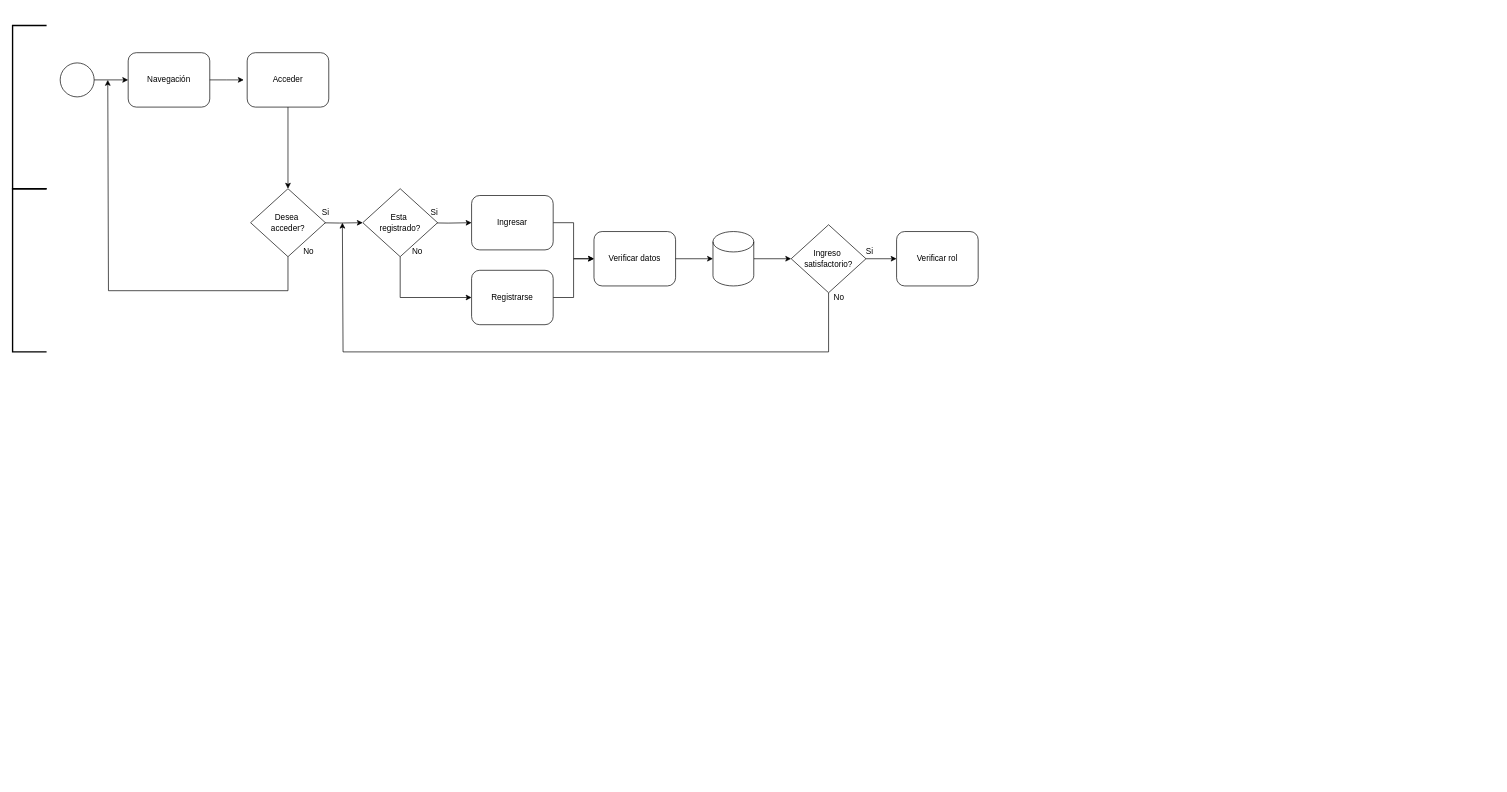
Before: uploads/Diagrama sin título.drawio in Mogom/Imagenes_PetsHeaven, a draw.io diagram. Source tidied: cells renumbered, new cells numbered last; positions are measured from the earlier drawing's top-left corner, leaving out a move shared by most shapes. Both pictures are drawn from the tidied source at 68%, with x=0, y=0 at pixel (12, 25).
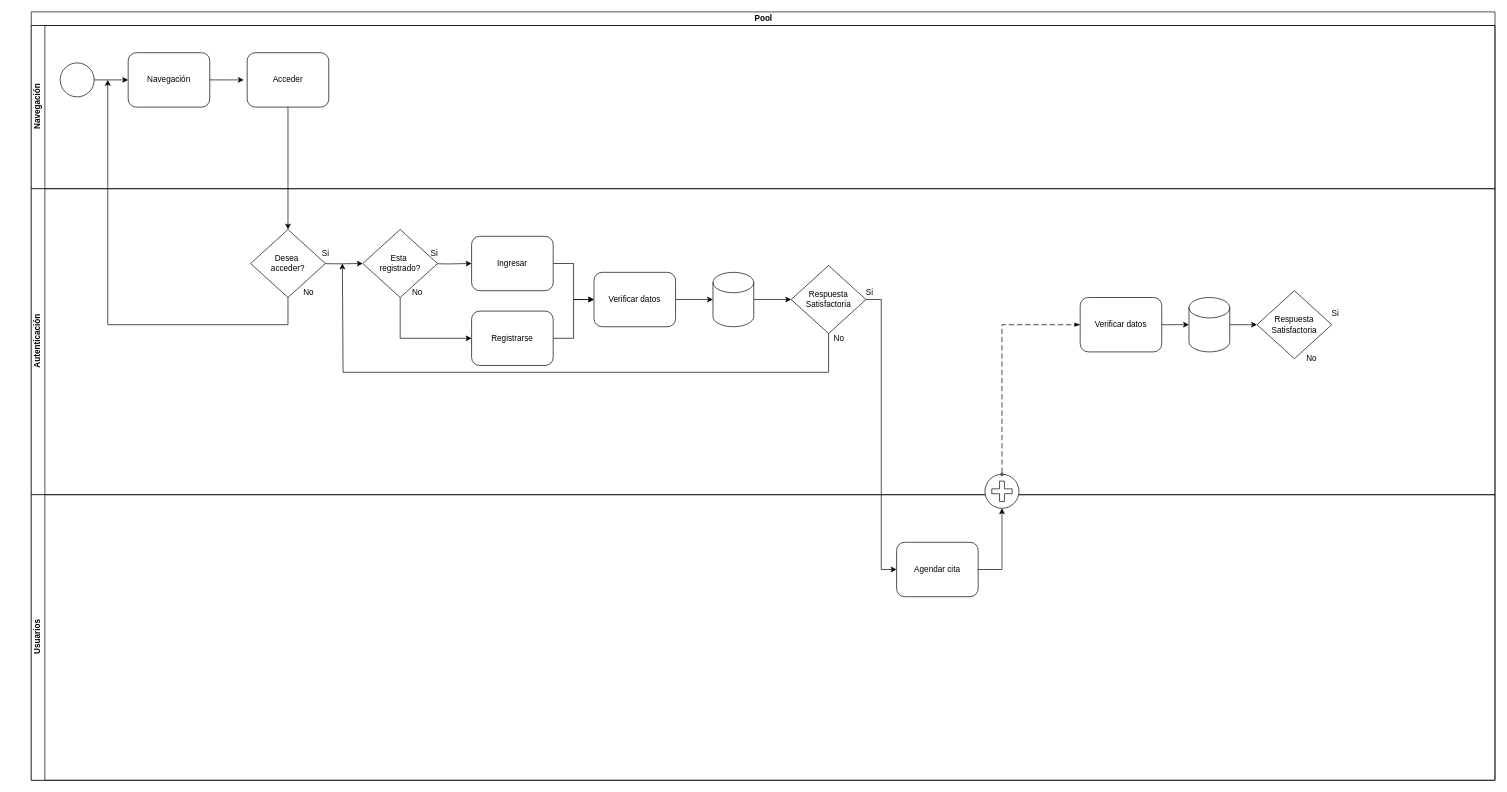
Above is the later version.

The change refers to these unchanged cells:
```xml
<mxCell id="2" style="shape=mxgraph.bpmn.shape;html=1;verticalLabelPosition=bottom;labelBackgroundColor=#ffffff;verticalAlign=top;perimeter=ellipsePerimeter;outline=standard;symbol=general;" parent="1" vertex="1">
  <mxGeometry x="70" y="55" width="50" height="50" as="geometry" />
</mxCell>
<mxCell id="3" value="Navegación" style="shape=ext;rounded=1;html=1;whiteSpace=wrap;" parent="1" vertex="1">
  <mxGeometry x="170" y="40" width="120" height="80" as="geometry" />
</mxCell>
```

The edit, as a diff of the source:
```diff
@@
+    <mxCell id="6" style="edgeStyle=orthogonalEdgeStyle;rounded=0;html=1;jettySize=auto;" parent="1" edge="1" source="2" target="3">
+      <mxGeometry relative="1" as="geometry" />
+    </mxCell>
+    <mxCell id="7" style="edgeStyle=orthogonalEdgeStyle;rounded=0;html=1;jettySize=auto;" parent="1" edge="1" source="3">
+      <mxGeometry relative="1" as="geometry">
+        <mxPoint x="340" y="80" as="targetPoint" />
+      </mxGeometry>
+    </mxCell>
+    <mxCell id="21" style="edgeStyle=orthogonalEdgeStyle;rounded=0;jettySize=auto;html=1;" parent="1" edge="1" source="22">
+      <mxGeometry relative="1" as="geometry">
+        <mxPoint x="140" y="80" as="targetPoint" />
+        <Array as="points">
+          <mxPoint x="405" y="440" />
+          <mxPoint x="140" y="440" />
+        </Array>
+      </mxGeometry>
+    </mxCell>
+    <mxCell id="23" style="edgeStyle=orthogonalEdgeStyle;rounded=0;jettySize=auto;html=1;entryX=0.5;entryY=0;entryDx=0;entryDy=0;" parent="1" edge="1" source="24" target="22">
+      <mxGeometry relative="1" as="geometry" />
+    </mxCell>
+    <mxCell id="24" value="Acceder" style="shape=ext;rounded=1;html=1;whiteSpace=wrap;" parent="1" vertex="1">
+      <mxGeometry x="345" y="40" width="120" height="80" as="geometry" />
+    </mxCell>
+    <mxCell id="34" value="Pool" style="swimlane;horizontal=1;startSize=20;html=1;" parent="1" vertex="1">
+      <mxGeometry x="27.5" y="-20" width="2152.5" height="1130" as="geometry" />
+    </mxCell>
+    <mxCell id="35" value="Navegación" style="swimlane;startSize=20;horizontal=0;html=1;" parent="34" vertex="1">
+      <mxGeometry y="20" width="2152.5" height="240" as="geometry" />
+    </mxCell>
+    <mxCell id="36" value="Autenticación" style="swimlane;startSize=20;horizontal=0;html=1;" parent="34" vertex="1">
+      <mxGeometry y="260" width="2152.5" height="450" as="geometry" />
+    </mxCell>
-    <mxCell id="4" style="edgeStyle=orthogonalEdgeStyle;rounded=0;jettySize=auto;html=1;entryX=0;entryY=0.5;entryDx=0;entryDy=0;" parent="1" edge="1" source="5" target="25">
+    <mxCell id="4" style="edgeStyle=orthogonalEdgeStyle;rounded=0;jettySize=auto;html=1;entryX=0;entryY=0.5;entryDx=0;entryDy=0;" parent="36" edge="1" source="5" target="25">
       <mxGeometry relative="1" as="geometry" />
     </mxCell>
-    <mxCell id="5" value="Ingresar" style="html=1;whiteSpace=wrap;rounded=1;" parent="1" vertex="1">
-      <mxGeometry x="675" y="250" width="120" height="80" as="geometry" />
+    <mxCell id="5" value="Ingresar" style="html=1;whiteSpace=wrap;rounded=1;" parent="36" vertex="1">
+      <mxGeometry x="647.5" y="70" width="120" height="80" as="geometry" />
     </mxCell>
-    <mxCell id="6" style="edgeStyle=orthogonalEdgeStyle;rounded=0;html=1;jettySize=auto;" parent="1" edge="1" source="2" target="3">
-      <mxGeometry relative="1" as="geometry" />
-    </mxCell>
-    <mxCell id="7" style="edgeStyle=orthogonalEdgeStyle;rounded=0;html=1;jettySize=auto;" parent="1" edge="1" source="3">
-      <mxGeometry relative="1" as="geometry">
-        <mxPoint x="340" y="80" as="targetPoint" />
-      </mxGeometry>
-    </mxCell>
-    <mxCell id="8" style="edgeStyle=orthogonalEdgeStyle;rounded=0;jettySize=auto;html=1;entryX=0;entryY=0.5;entryDx=0;entryDy=0;" parent="1" edge="1" target="20">
+    <mxCell id="8" style="edgeStyle=orthogonalEdgeStyle;rounded=0;jettySize=auto;html=1;entryX=0;entryY=0.5;entryDx=0;entryDy=0;" parent="36" edge="1" target="20">
       <mxGeometry relative="1" as="geometry">
-        <mxPoint x="445" y="290" as="sourcePoint" />
+        <mxPoint x="417.5" y="110" as="sourcePoint" />
       </mxGeometry>
     </mxCell>
-    <mxCell id="9" style="edgeStyle=orthogonalEdgeStyle;rounded=0;orthogonalLoop=1;jettySize=auto;html=1;" parent="1" edge="1">
+    <mxCell id="9" style="edgeStyle=orthogonalEdgeStyle;rounded=0;orthogonalLoop=1;jettySize=auto;html=1;" parent="36" edge="1">
       <mxGeometry relative="1" as="geometry">
-        <mxPoint x="604.9" y="290.1" as="sourcePoint" />
-        <mxPoint x="675" y="290" as="targetPoint" />
+        <mxPoint x="577.4" y="110.1" as="sourcePoint" />
+        <mxPoint x="647.5" y="110" as="targetPoint" />
       </mxGeometry>
     </mxCell>
-    <mxCell id="10" value="No" style="text;html=1;align=center;verticalAlign=middle;strokeColor=none;fillColor=none;" parent="1" vertex="1">
-      <mxGeometry x="415" y="318" width="40" height="30" as="geometry" />
+    <mxCell id="10" value="No" style="text;html=1;align=center;verticalAlign=middle;strokeColor=none;fillColor=none;" parent="36" vertex="1">
+      <mxGeometry x="387.5" y="138" width="40" height="30" as="geometry" />
     </mxCell>
-    <mxCell id="11" style="edgeStyle=orthogonalEdgeStyle;rounded=0;jettySize=auto;html=1;entryX=0;entryY=0.5;entryDx=0;entryDy=0;" parent="1" edge="1" source="12" target="25">
+    <mxCell id="11" style="edgeStyle=orthogonalEdgeStyle;rounded=0;jettySize=auto;html=1;entryX=0;entryY=0.5;entryDx=0;entryDy=0;" parent="36" edge="1" source="12" target="25">
       <mxGeometry relative="1" as="geometry" />
     </mxCell>
-    <mxCell id="12" value="Registrarse" style="html=1;whiteSpace=wrap;rounded=1;" parent="1" vertex="1">
-      <mxGeometry x="675" y="360" width="120" height="80" as="geometry" />
+    <mxCell id="12" value="Registrarse" style="html=1;whiteSpace=wrap;rounded=1;" parent="36" vertex="1">
+      <mxGeometry x="647.5" y="180" width="120" height="80" as="geometry" />
     </mxCell>
-    <mxCell id="13" value="Si" style="text;html=1;align=center;verticalAlign=middle;strokeColor=none;fillColor=none;" parent="1" vertex="1">
-      <mxGeometry x="445" y="260" width="30" height="30" as="geometry" />
+    <mxCell id="13" value="Si" style="text;html=1;align=center;verticalAlign=middle;strokeColor=none;fillColor=none;" parent="36" vertex="1">
+      <mxGeometry x="417.5" y="80" width="30" height="30" as="geometry" />
     </mxCell>
-    <mxCell id="14" value="Si" style="text;html=1;align=center;verticalAlign=middle;strokeColor=none;fillColor=none;" parent="1" vertex="1">
-      <mxGeometry x="605" y="260" width="30" height="30" as="geometry" />
+    <mxCell id="14" value="Si" style="text;html=1;align=center;verticalAlign=middle;strokeColor=none;fillColor=none;" parent="36" vertex="1">
+      <mxGeometry x="577.5" y="80" width="30" height="30" as="geometry" />
     </mxCell>
-    <mxCell id="15" value="No" style="text;html=1;align=center;verticalAlign=middle;strokeColor=none;fillColor=none;" parent="1" vertex="1">
-      <mxGeometry x="575" y="318" width="40" height="30" as="geometry" />
+    <mxCell id="15" value="No" style="text;html=1;align=center;verticalAlign=middle;strokeColor=none;fillColor=none;" parent="36" vertex="1">
+      <mxGeometry x="547.5" y="138" width="40" height="30" as="geometry" />
     </mxCell>
-    <mxCell id="16" style="edgeStyle=orthogonalEdgeStyle;rounded=0;jettySize=auto;html=1;" parent="1" edge="1" source="18">
+    <mxCell id="16" style="edgeStyle=orthogonalEdgeStyle;rounded=0;jettySize=auto;html=1;" parent="36" edge="1" source="18">
       <mxGeometry relative="1" as="geometry">
-        <mxPoint x="485" y="290" as="targetPoint" />
+        <mxPoint x="457.5" y="110" as="targetPoint" />
         <Array as="points">
-          <mxPoint x="1200" y="480" />
-          <mxPoint x="486" y="480" />
-          <mxPoint x="486" y="290" />
+          <mxPoint x="1172.5" y="270" />
+          <mxPoint x="458.5" y="270" />
         </Array>
       </mxGeometry>
     </mxCell>
-    <mxCell id="17" style="edgeStyle=orthogonalEdgeStyle;rounded=0;jettySize=auto;html=1;entryX=0;entryY=0.5;entryDx=0;entryDy=0;" parent="1" edge="1" source="18" target="31">
-      <mxGeometry relative="1" as="geometry" />
-    </mxCell>
-    <mxCell id="18" value="Ingreso&amp;nbsp;&lt;div&gt;satisfactorio?&lt;/div&gt;" style="rhombus;whiteSpace=wrap;html=1;" parent="1" vertex="1">
-      <mxGeometry x="1145" y="293" width="110" height="100" as="geometry" />
+    <mxCell id="18" value="Respuesta&lt;div&gt;Satisfactoria&lt;/div&gt;" style="rhombus;whiteSpace=wrap;html=1;" parent="36" vertex="1">
+      <mxGeometry x="1117.5" y="113" width="110" height="100" as="geometry" />
     </mxCell>
-    <mxCell id="19" style="edgeStyle=orthogonalEdgeStyle;rounded=0;jettySize=auto;html=1;entryX=0;entryY=0.5;entryDx=0;entryDy=0;" parent="1" edge="1" source="20" target="12">
+    <mxCell id="19" style="edgeStyle=orthogonalEdgeStyle;rounded=0;jettySize=auto;html=1;entryX=0;entryY=0.5;entryDx=0;entryDy=0;" parent="36" edge="1" source="20" target="12">
       <mxGeometry relative="1" as="geometry">
         <Array as="points">
-          <mxPoint x="570" y="400" />
+          <mxPoint x="542.5" y="220" />
         </Array>
       </mxGeometry>
     </mxCell>
-    <mxCell id="20" value="Esta&amp;nbsp;&lt;div&gt;registrado?&lt;/div&gt;" style="rhombus;whiteSpace=wrap;html=1;" parent="1" vertex="1">
-      <mxGeometry x="515" y="240" width="110" height="100" as="geometry" />
+    <mxCell id="20" value="Esta&amp;nbsp;&lt;div&gt;registrado?&lt;/div&gt;" style="rhombus;whiteSpace=wrap;html=1;" parent="36" vertex="1">
+      <mxGeometry x="487.5" y="60" width="110" height="100" as="geometry" />
     </mxCell>
-    <mxCell id="21" style="edgeStyle=orthogonalEdgeStyle;rounded=0;jettySize=auto;html=1;" parent="1" edge="1" source="22">
-      <mxGeometry relative="1" as="geometry">
-        <mxPoint x="140" y="80" as="targetPoint" />
-        <Array as="points">
-          <mxPoint x="405" y="390" />
-          <mxPoint x="141" y="390" />
-        </Array>
-      </mxGeometry>
-    </mxCell>
-    <mxCell id="22" value="Desea&amp;nbsp;&lt;div&gt;acceder?&lt;/div&gt;" style="rhombus;whiteSpace=wrap;html=1;" parent="1" vertex="1">
-      <mxGeometry x="350" y="240" width="110" height="100" as="geometry" />
+    <mxCell id="22" value="Desea&amp;nbsp;&lt;div&gt;acceder?&lt;/div&gt;" style="rhombus;whiteSpace=wrap;html=1;" parent="36" vertex="1">
+      <mxGeometry x="322.5" y="60" width="110" height="100" as="geometry" />
     </mxCell>
-    <mxCell id="23" style="edgeStyle=orthogonalEdgeStyle;rounded=0;jettySize=auto;html=1;entryX=0.5;entryY=0;entryDx=0;entryDy=0;" parent="1" edge="1" source="24" target="22">
-      <mxGeometry relative="1" as="geometry" />
-    </mxCell>
-    <mxCell id="24" value="Acceder" style="shape=ext;rounded=1;html=1;whiteSpace=wrap;" parent="1" vertex="1">
-      <mxGeometry x="345" y="40" width="120" height="80" as="geometry" />
-    </mxCell>
-    <mxCell id="25" value="Verificar datos" style="shape=ext;rounded=1;html=1;whiteSpace=wrap;" parent="1" vertex="1">
-      <mxGeometry x="855" y="303" width="120" height="80" as="geometry" />
+    <mxCell id="25" value="Verificar datos" style="shape=ext;rounded=1;html=1;whiteSpace=wrap;" parent="36" vertex="1">
+      <mxGeometry x="827.5" y="123" width="120" height="80" as="geometry" />
     </mxCell>
-    <mxCell id="26" style="edgeStyle=orthogonalEdgeStyle;rounded=0;jettySize=auto;html=1;entryX=0;entryY=0.5;entryDx=0;entryDy=0;" parent="1" edge="1" source="27" target="18">
+    <mxCell id="26" style="edgeStyle=orthogonalEdgeStyle;rounded=0;jettySize=auto;html=1;entryX=0;entryY=0.5;entryDx=0;entryDy=0;" parent="36" edge="1" source="27" target="18">
       <mxGeometry relative="1" as="geometry" />
     </mxCell>
-    <mxCell id="27" style="shape=cylinder3;whiteSpace=wrap;html=1;boundedLbl=1;backgroundOutline=1;size=15;" parent="1" vertex="1">
-      <mxGeometry x="1030" y="303" width="60" height="80" as="geometry" />
+    <mxCell id="27" style="shape=cylinder3;whiteSpace=wrap;html=1;boundedLbl=1;backgroundOutline=1;size=15;" parent="36" vertex="1">
+      <mxGeometry x="1002.5" y="123" width="60" height="80" as="geometry" />
     </mxCell>
-    <mxCell id="28" style="edgeStyle=orthogonalEdgeStyle;rounded=0;jettySize=auto;html=1;entryX=0;entryY=0.5;entryDx=0;entryDy=0;entryPerimeter=0;" parent="1" edge="1" source="25" target="27">
+    <mxCell id="28" style="edgeStyle=orthogonalEdgeStyle;rounded=0;jettySize=auto;html=1;entryX=0;entryY=0.5;entryDx=0;entryDy=0;entryPerimeter=0;" parent="36" edge="1" source="25" target="27">
       <mxGeometry relative="1" as="geometry" />
     </mxCell>
-    <mxCell id="29" value="Si" style="text;html=1;align=center;verticalAlign=middle;strokeColor=none;fillColor=none;" parent="1" vertex="1">
-      <mxGeometry x="1245" y="318" width="30" height="30" as="geometry" />
+    <mxCell id="29" value="Si" style="text;html=1;align=center;verticalAlign=middle;strokeColor=none;fillColor=none;" parent="36" vertex="1">
+      <mxGeometry x="1217.5" y="138" width="30" height="30" as="geometry" />
     </mxCell>
-    <mxCell id="30" value="No" style="text;html=1;align=center;verticalAlign=middle;strokeColor=none;fillColor=none;" parent="1" vertex="1">
-      <mxGeometry x="1195" y="385" width="40" height="30" as="geometry" />
+    <mxCell id="30" value="No" style="text;html=1;align=center;verticalAlign=middle;strokeColor=none;fillColor=none;" parent="36" vertex="1">
+      <mxGeometry x="1167.5" y="205" width="40" height="30" as="geometry" />
     </mxCell>
-    <mxCell id="31" value="Verificar rol" style="shape=ext;rounded=1;html=1;whiteSpace=wrap;" parent="1" vertex="1">
-      <mxGeometry x="1300" y="303" width="120" height="80" as="geometry" />
-    </mxCell>
-    <mxCell id="32" style="strokeWidth=2;html=1;shape=mxgraph.flowchart.annotation_1;align=left;" parent="1" vertex="1">
-      <mxGeometry width="50" height="240" as="geometry" />
-    </mxCell>
-    <mxCell id="33" style="strokeWidth=2;html=1;shape=mxgraph.flowchart.annotation_1;align=left;" parent="1" vertex="1">
-      <mxGeometry y="240" width="50" height="240" as="geometry" />
-    </mxCell>
+    <mxCell id="37" style="edgeStyle=orthogonalEdgeStyle;rounded=0;jettySize=auto;html=1;entryX=0;entryY=0.5;entryDx=0;entryDy=0;" parent="36" edge="1" source="38" target="41">
+      <mxGeometry relative="1" as="geometry" />
+    </mxCell>
+    <mxCell id="38" style="shape=cylinder3;whiteSpace=wrap;html=1;boundedLbl=1;backgroundOutline=1;size=15;" parent="36" vertex="1">
+      <mxGeometry x="1702.5" y="160" width="60" height="80" as="geometry" />
+    </mxCell>
+    <mxCell id="39" value="Verificar datos" style="shape=ext;rounded=1;html=1;whiteSpace=wrap;" parent="36" vertex="1">
+      <mxGeometry x="1542.5" y="160" width="120" height="80" as="geometry" />
+    </mxCell>
+    <mxCell id="40" style="edgeStyle=orthogonalEdgeStyle;rounded=0;jettySize=auto;html=1;entryX=0;entryY=0.5;entryDx=0;entryDy=0;entryPerimeter=0;" parent="36" edge="1" source="39" target="38">
+      <mxGeometry relative="1" as="geometry" />
+    </mxCell>
+    <mxCell id="41" value="Respuesta&lt;div&gt;Satisfactoria&lt;/div&gt;" style="rhombus;whiteSpace=wrap;html=1;" parent="36" vertex="1">
+      <mxGeometry x="1802.5" y="150" width="110" height="100" as="geometry" />
+    </mxCell>
+    <mxCell id="42" value="Si" style="text;html=1;align=center;verticalAlign=middle;strokeColor=none;fillColor=none;" parent="36" vertex="1">
+      <mxGeometry x="1902.5" y="168" width="30" height="30" as="geometry" />
+    </mxCell>
+    <mxCell id="43" value="No" style="text;html=1;align=center;verticalAlign=middle;strokeColor=none;fillColor=none;" parent="36" vertex="1">
+      <mxGeometry x="1862.5" y="235" width="40" height="30" as="geometry" />
+    </mxCell>
+    <mxCell id="44" value="Usuarios" style="swimlane;startSize=20;horizontal=0;html=1;" parent="34" vertex="1">
+      <mxGeometry y="710" width="2152.5" height="420" as="geometry" />
+    </mxCell>
+    <mxCell id="45" value="Agendar cita" style="html=1;whiteSpace=wrap;rounded=1;" parent="44" vertex="1">
+      <mxGeometry x="1272.5" y="70" width="120" height="80" as="geometry" />
+    </mxCell>
+    <mxCell id="46" style="points=[[0.145,0.145,0],[0.5,0,0],[0.855,0.145,0],[1,0.5,0],[0.855,0.855,0],[0.5,1,0],[0.145,0.855,0],[0,0.5,0]];shape=mxgraph.bpmn.event;html=1;verticalLabelPosition=bottom;labelBackgroundColor=#ffffff;verticalAlign=top;align=center;perimeter=ellipsePerimeter;outlineConnect=0;outline=eventInt;symbol=parallelMultiple;" parent="44" vertex="1">
+      <mxGeometry x="1402.5" y="-30" width="50" height="50" as="geometry" />
+    </mxCell>
+    <mxCell id="47" style="edgeStyle=orthogonalEdgeStyle;rounded=0;jettySize=auto;html=1;entryX=0.5;entryY=1;entryDx=0;entryDy=0;entryPerimeter=0;" parent="44" edge="1" source="45" target="46">
+      <mxGeometry relative="1" as="geometry" />
+    </mxCell>
+    <mxCell id="48" style="edgeStyle=orthogonalEdgeStyle;rounded=0;jettySize=auto;html=1;entryX=0;entryY=0.5;entryDx=0;entryDy=0;" parent="34" edge="1" source="18" target="45">
+      <mxGeometry relative="1" as="geometry" />
+    </mxCell>
+    <mxCell id="49" style="dashed=1;dashPattern=8 4;endArrow=blockThin;endFill=1;startArrow=oval;startFill=0;endSize=6;startSize=4;html=1;rounded=0;entryX=0;entryY=0.5;entryDx=0;entryDy=0;" parent="34" edge="1" source="46" target="39">
+      <mxGeometry relative="1" as="geometry">
+        <Array as="points">
+          <mxPoint x="1427.5" y="460" />
+        </Array>
+      </mxGeometry>
+    </mxCell>
```
